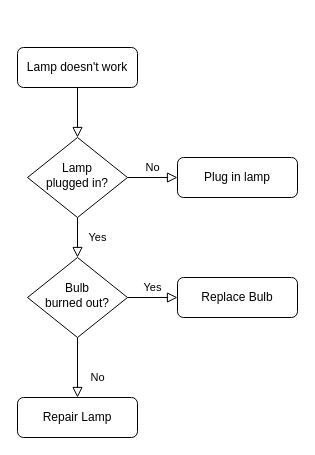
The draw.io diagram 未命名绘图.drawio in zzf/Addressables-Sample, before the edit. Source tidied: cells renumbered, new cells numbered last; positions are measured from the earlier drawing's top-left corner, leaving out a move shared by most shapes. Both pictures are drawn from the tidied source at 100%, with x=0, y=0 at pixel (17, 47).
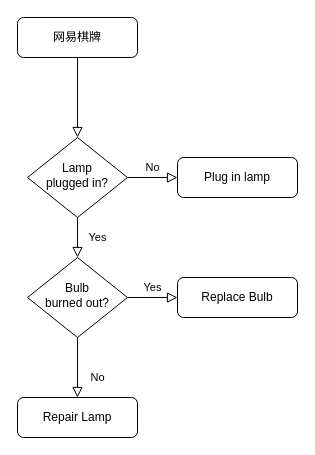
After the change.

Commit message:
更新未命名绘图.drawio

The edit, as a diff of the source:
```diff
@@
 <mxGraphModel>
   <root>
     <mxCell id="0" />
     <mxCell id="1" parent="0" />
     <mxCell id="2" style="rounded=0;html=1;jettySize=auto;fontSize=11;endArrow=block;endFill=0;endSize=8;strokeWidth=1;shadow=0;labelBackgroundColor=none;edgeStyle=orthogonalEdgeStyle;" parent="1" edge="1" source="3" target="6">
       <mxGeometry relative="1" as="geometry" />
     </mxCell>
-    <mxCell id="3" value="Lamp doesn't work" style="rounded=1;whiteSpace=wrap;html=1;fontSize=12;glass=0;strokeWidth=1;shadow=0;" parent="1" vertex="1">
-      <mxGeometry width="120" height="40" as="geometry" />
+    <mxCell id="3" value="网易棋牌" style="rounded=1;whiteSpace=wrap;html=1;fontSize=12;glass=0;strokeWidth=1;shadow=0;" parent="1" vertex="1">
+      <mxGeometry y="-30" width="120" height="40" as="geometry" />
     </mxCell>
     <mxCell id="4" value="Yes" style="rounded=0;html=1;jettySize=auto;fontSize=11;endArrow=block;endFill=0;endSize=8;strokeWidth=1;shadow=0;labelBackgroundColor=none;edgeStyle=orthogonalEdgeStyle;" parent="1" edge="1" source="6" target="10">
       <mxGeometry y="20" relative="1" as="geometry" />
     </mxCell>
     <mxCell id="5" value="No" style="edgeStyle=orthogonalEdgeStyle;rounded=0;html=1;jettySize=auto;fontSize=11;endArrow=block;endFill=0;endSize=8;strokeWidth=1;shadow=0;labelBackgroundColor=none;" parent="1" edge="1" source="6" target="7">
       <mxGeometry y="10" relative="1" as="geometry" />
     </mxCell>
     <mxCell id="6" value="Lamp&lt;br&gt;plugged in?" style="rhombus;whiteSpace=wrap;html=1;shadow=0;fontFamily=Helvetica;fontSize=12;align=center;strokeWidth=1;spacing=6;spacingTop=-4;" parent="1" vertex="1">
       <mxGeometry x="10" y="90" width="100" height="80" as="geometry" />
     </mxCell>
     <mxCell id="7" value="Plug in lamp" style="rounded=1;whiteSpace=wrap;html=1;fontSize=12;glass=0;strokeWidth=1;shadow=0;" parent="1" vertex="1">
       <mxGeometry x="160" y="110" width="120" height="40" as="geometry" />
     </mxCell>
     <mxCell id="8" value="No" style="rounded=0;html=1;jettySize=auto;fontSize=11;endArrow=block;endFill=0;endSize=8;strokeWidth=1;shadow=0;labelBackgroundColor=none;edgeStyle=orthogonalEdgeStyle;" parent="1" edge="1" source="10" target="11">
       <mxGeometry x="0.33" y="20" relative="1" as="geometry" />
     </mxCell>
     <mxCell id="9" value="Yes" style="edgeStyle=orthogonalEdgeStyle;rounded=0;html=1;jettySize=auto;fontSize=11;endArrow=block;endFill=0;endSize=8;strokeWidth=1;shadow=0;labelBackgroundColor=none;" parent="1" edge="1" source="10" target="12">
       <mxGeometry y="10" relative="1" as="geometry" />
     </mxCell>
     <mxCell id="10" value="Bulb&lt;br&gt;burned out?" style="rhombus;whiteSpace=wrap;html=1;shadow=0;fontFamily=Helvetica;fontSize=12;align=center;strokeWidth=1;spacing=6;spacingTop=-4;" parent="1" vertex="1">
       <mxGeometry x="10" y="210" width="100" height="80" as="geometry" />
     </mxCell>
     <mxCell id="11" value="Repair Lamp" style="rounded=1;whiteSpace=wrap;html=1;fontSize=12;glass=0;strokeWidth=1;shadow=0;" parent="1" vertex="1">
       <mxGeometry y="350" width="120" height="40" as="geometry" />
     </mxCell>
     <mxCell id="12" value="Replace Bulb" style="rounded=1;whiteSpace=wrap;html=1;fontSize=12;glass=0;strokeWidth=1;shadow=0;" parent="1" vertex="1">
       <mxGeometry x="160" y="230" width="120" height="40" as="geometry" />
     </mxCell>
   </root>
 </mxGraphModel>
```
